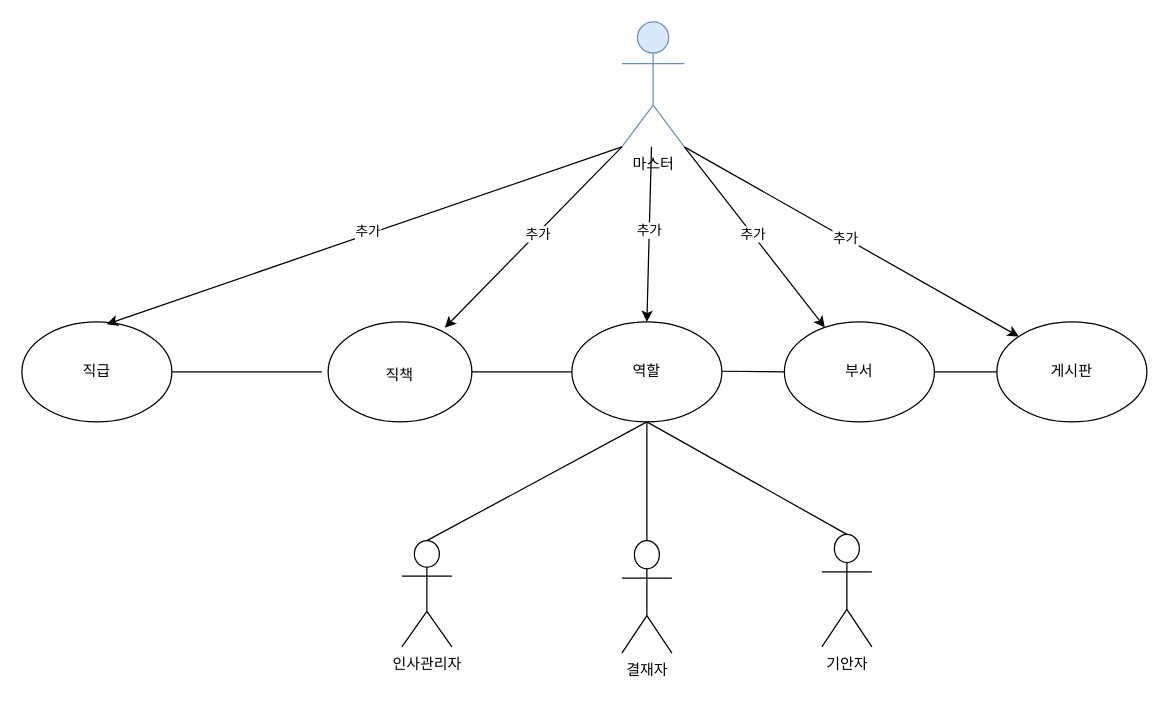
Above: document/권한부여.drawio in sunday1284/jsp_spring02 (draw.io), before the change. Source tidied: cells renumbered, new cells numbered last; positions are measured from the earlier drawing's top-left corner, leaving out a move shared by most shapes. Both pictures are drawn from the tidied source at 125%, with x=0, y=0 at pixel (21, 21).
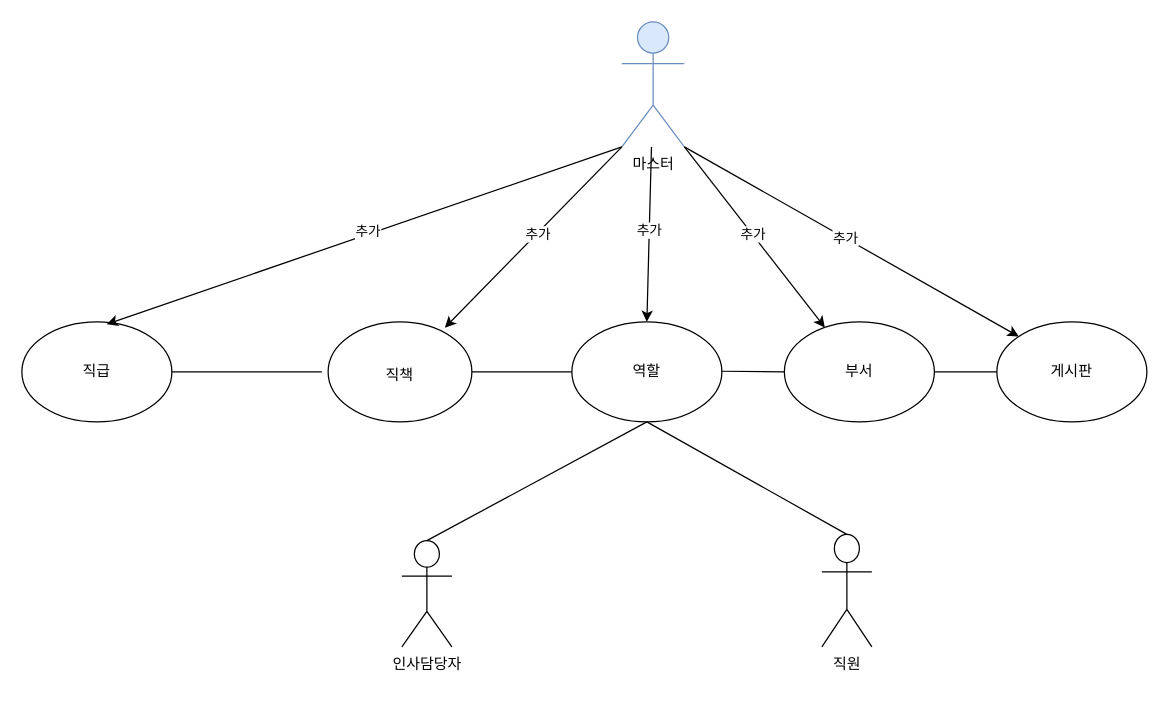
The same diagram, later.

Commit message (it also covers changes not shown here):
권한부여.drawio 업데이트

Unchanged cells that the change refers to:
```xml
<mxCell id="8" value="역할" style="ellipse;whiteSpace=wrap;html=1;" parent="1" vertex="1">
  <mxGeometry x="440" y="240" width="120" height="80" as="geometry" />
</mxCell>
```

Change to the diagram source:
```diff
@@
-    <mxCell id="3" value="인사관리자" style="shape=umlActor;verticalLabelPosition=bottom;verticalAlign=top;html=1;outlineConnect=0;" parent="1" vertex="1">
+    <mxCell id="3" value="인사담당자" style="shape=umlActor;verticalLabelPosition=bottom;verticalAlign=top;html=1;outlineConnect=0;" parent="1" vertex="1">
       <mxGeometry x="304" y="415" width="40" height="85" as="geometry" />
     </mxCell>
-    <mxCell id="4" value="결재자" style="shape=umlActor;verticalLabelPosition=bottom;verticalAlign=top;html=1;outlineConnect=0;" parent="1" vertex="1">
-      <mxGeometry x="480" y="415" width="40" height="90" as="geometry" />
-    </mxCell>
-    <mxCell id="5" value="기안자" style="shape=umlActor;verticalLabelPosition=bottom;verticalAlign=top;html=1;outlineConnect=0;" parent="1" vertex="1">
+    <mxCell id="5" value="직원" style="shape=umlActor;verticalLabelPosition=bottom;verticalAlign=top;html=1;outlineConnect=0;" parent="1" vertex="1">
       <mxGeometry x="640" y="410" width="40" height="90" as="geometry" />
     </mxCell>
@@
-    <mxCell id="26" style="endArrow=none;html=1;rounded=0;entryX=0.5;entryY=1;entryDx=0;entryDy=0;exitX=0.5;exitY=0;exitDx=0;exitDy=0;exitPerimeter=0;" parent="1" edge="1" source="4" target="8">
-      <mxGeometry relative="1" as="geometry" />
-    </mxCell>
```
